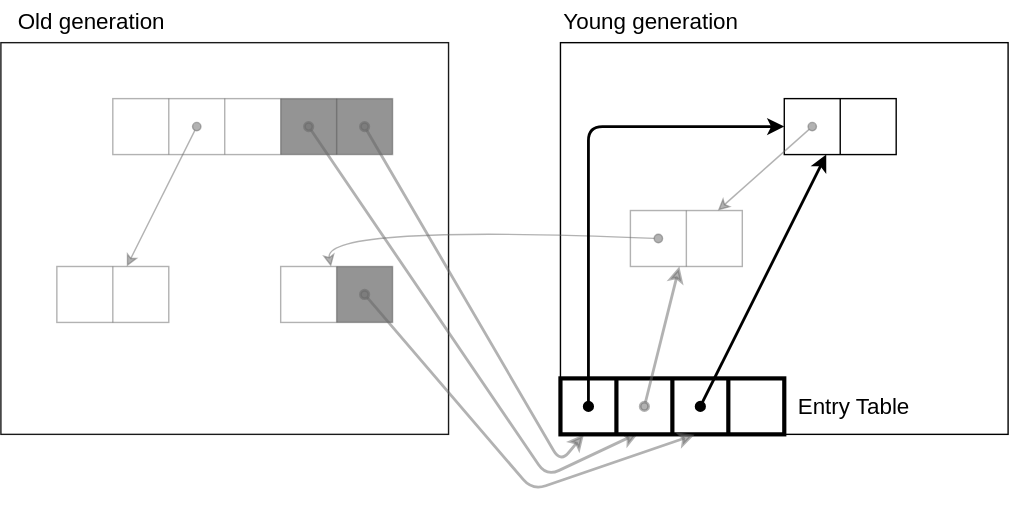
Before: assets/img/lecture_materials/GarbageCollection/ch7/duplicate-entry.drawio.svg, a diagram exported from draw.io (drop-stones/slides). Source tidied: cells renumbered, new cells last; positions are measured from the earlier drawing's top-left corner, leaving out a move shared by most shapes.
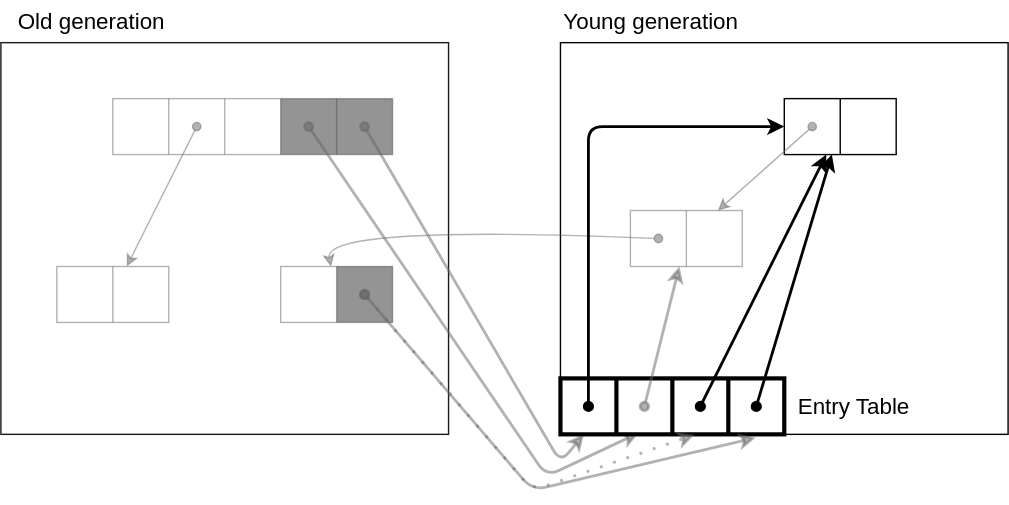
After the change.

Change to the diagram source:
```diff
@@ -135,7 +135,7 @@
     <mxCell id="39" style="shape=partialRectangle;html=1;whiteSpace=wrap;overflow=hidden;fillColor=none;top=0;left=0;bottom=0;right=0;opacity=50;" parent="35" vertex="1">
       <mxGeometry x="120" width="40" height="40" as="geometry" />
     </mxCell>
-    <mxCell id="40" style="endArrow=classic;html=1;startArrow=oval;startFill=1;entryX=0.599;entryY=1.008;entryDx=0;entryDy=0;entryPerimeter=0;strokeWidth=2;rounded=1;strokeColor=#666666;opacity=50;" parent="1" edge="1" target="34">
+    <mxCell id="40" style="endArrow=classic;html=1;startArrow=oval;startFill=1;entryX=0.599;entryY=1.008;entryDx=0;entryDy=0;entryPerimeter=0;strokeWidth=2;rounded=1;strokeColor=#666666;opacity=50;dashed=1;dashPattern=1 4;" parent="1" edge="1" target="34">
       <mxGeometry relative="1" as="geometry">
         <mxPoint x="260" y="210" as="sourcePoint" />
         <Array as="points">
@@ -164,5 +164,18 @@
     <mxCell id="44" value="Entry Table" style="text;html=1;strokeColor=none;fillColor=none;align=center;verticalAlign=middle;whiteSpace=wrap;rounded=0;fontSize=16;" parent="1" vertex="1">
       <mxGeometry x="560" y="275" width="100" height="30" as="geometry" />
     </mxCell>
+    <mxCell id="45" style="endArrow=classic;html=1;startArrow=oval;startFill=1;entryX=0.872;entryY=1.059;entryDx=0;entryDy=0;entryPerimeter=0;strokeWidth=2;rounded=1;strokeColor=#666666;opacity=50;" parent="1" edge="1" target="34">
+      <mxGeometry relative="1" as="geometry">
+        <mxPoint x="260" y="210" as="sourcePoint" />
+        <Array as="points">
+          <mxPoint x="380" y="350" />
+        </Array>
+      </mxGeometry>
+    </mxCell>
+    <mxCell id="46" style="endArrow=classic;html=1;rounded=1;fontSize=16;strokeWidth=2;startArrow=oval;startFill=1;" parent="1" edge="1" target="7">
+      <mxGeometry relative="1" as="geometry">
+        <mxPoint x="540" y="290" as="sourcePoint" />
+      </mxGeometry>
+    </mxCell>
   </root>
 </mxGraphModel>
```
